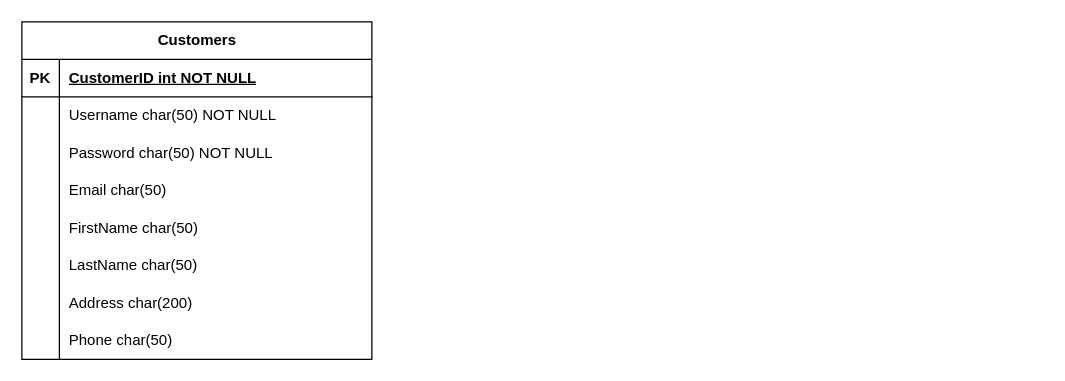
This is OnlineShop.drawio from zeinab-hajhosseini/OnlineShopERD, a draw.io file, before an edit. Source tidied: cells renumbered, new cells numbered last; positions are measured from the earlier drawing's top-left corner, leaving out a move shared by most shapes. Both pictures are drawn from the tidied source at 125%, with x=0, y=0 at pixel (21, 21).
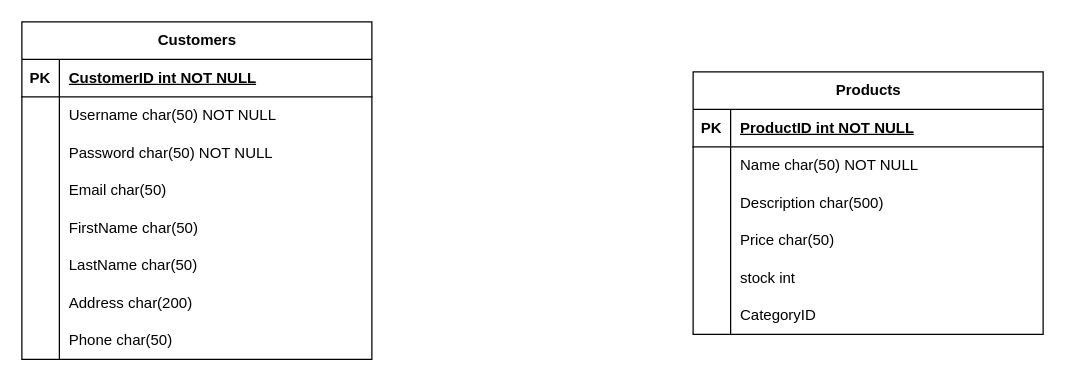
After the change.

Commit message:
Define Product Entity

What changed in the source:
```diff
@@
+    <mxCell id="27" value="Products" style="shape=table;startSize=30;childLayout=tableLayout;rowLines=0;fontStyle=1;align=center;html=1;" parent="1" vertex="1">
+      <mxGeometry x="537" y="40" width="280" height="210" as="geometry" />
+    </mxCell>
+    <mxCell id="28" style="shape=tableRow;horizontal=0;startSize=0;swimlaneHead=0;swimlaneBody=0;fillColor=none;top=0;left=0;right=0;bottom=1;" parent="27" vertex="1">
+      <mxGeometry y="30" width="280" height="30" as="geometry" />
+    </mxCell>
+    <mxCell id="29" value="PK" style="shape=partialRectangle;fillColor=none;top=0;left=0;bottom=0;right=0;fontStyle=1;overflow=hidden;whiteSpace=wrap;html=1;" parent="28" vertex="1">
+      <mxGeometry width="30" height="30" as="geometry" />
+    </mxCell>
+    <mxCell id="30" value="ProductID int NOT NULL" style="shape=partialRectangle;fillColor=none;top=0;left=0;bottom=0;right=0;align=left;spacingLeft=6;fontStyle=5;overflow=hidden;whiteSpace=wrap;html=1;" parent="28" vertex="1">
+      <mxGeometry x="30" width="250" height="30" as="geometry" />
+    </mxCell>
+    <mxCell id="31" style="shape=tableRow;horizontal=0;startSize=0;swimlaneHead=0;swimlaneBody=0;fillColor=none;top=0;left=0;right=0;bottom=0;" parent="27" vertex="1">
+      <mxGeometry y="60" width="280" height="30" as="geometry" />
+    </mxCell>
+    <mxCell id="32" style="shape=partialRectangle;fillColor=none;top=0;left=0;bottom=0;right=0;overflow=hidden;whiteSpace=wrap;html=1;" parent="31" vertex="1">
+      <mxGeometry width="30" height="30" as="geometry" />
+    </mxCell>
+    <mxCell id="33" value="Name char(50) NOT NULL" style="shape=partialRectangle;fillColor=none;top=0;left=0;bottom=0;right=0;align=left;spacingLeft=6;overflow=hidden;whiteSpace=wrap;html=1;" parent="31" vertex="1">
+      <mxGeometry x="30" width="250" height="30" as="geometry" />
+    </mxCell>
+    <mxCell id="34" style="shape=tableRow;horizontal=0;startSize=0;swimlaneHead=0;swimlaneBody=0;fillColor=none;top=0;left=0;right=0;bottom=0;" parent="27" vertex="1">
+      <mxGeometry y="90" width="280" height="30" as="geometry" />
+    </mxCell>
+    <mxCell id="35" style="shape=partialRectangle;fillColor=none;top=0;left=0;bottom=0;right=0;overflow=hidden;whiteSpace=wrap;html=1;" parent="34" vertex="1">
+      <mxGeometry width="30" height="30" as="geometry" />
+    </mxCell>
+    <mxCell id="36" value="Description char(500)" style="shape=partialRectangle;fillColor=none;top=0;left=0;bottom=0;right=0;align=left;spacingLeft=6;overflow=hidden;whiteSpace=wrap;html=1;" parent="34" vertex="1">
+      <mxGeometry x="30" width="250" height="30" as="geometry" />
+    </mxCell>
+    <mxCell id="37" style="shape=tableRow;horizontal=0;startSize=0;swimlaneHead=0;swimlaneBody=0;fillColor=none;top=0;left=0;right=0;bottom=0;" parent="27" vertex="1">
+      <mxGeometry y="120" width="280" height="30" as="geometry" />
+    </mxCell>
+    <mxCell id="38" style="shape=partialRectangle;fillColor=none;top=0;left=0;bottom=0;right=0;overflow=hidden;whiteSpace=wrap;html=1;" parent="37" vertex="1">
+      <mxGeometry width="30" height="30" as="geometry" />
+    </mxCell>
+    <mxCell id="39" value="Price char(50)" style="shape=partialRectangle;fillColor=none;top=0;left=0;bottom=0;right=0;align=left;spacingLeft=6;overflow=hidden;whiteSpace=wrap;html=1;" parent="37" vertex="1">
+      <mxGeometry x="30" width="250" height="30" as="geometry" />
+    </mxCell>
+    <mxCell id="40" style="shape=tableRow;horizontal=0;startSize=0;swimlaneHead=0;swimlaneBody=0;fillColor=none;top=0;left=0;right=0;bottom=0;" parent="27" vertex="1">
+      <mxGeometry y="150" width="280" height="30" as="geometry" />
+    </mxCell>
+    <mxCell id="41" style="shape=partialRectangle;fillColor=none;top=0;left=0;bottom=0;right=0;overflow=hidden;whiteSpace=wrap;html=1;" parent="40" vertex="1">
+      <mxGeometry width="30" height="30" as="geometry" />
+    </mxCell>
+    <mxCell id="42" value="stock int" style="shape=partialRectangle;fillColor=none;top=0;left=0;bottom=0;right=0;align=left;spacingLeft=6;overflow=hidden;whiteSpace=wrap;html=1;" parent="40" vertex="1">
+      <mxGeometry x="30" width="250" height="30" as="geometry" />
+    </mxCell>
+    <mxCell id="43" style="shape=tableRow;horizontal=0;startSize=0;swimlaneHead=0;swimlaneBody=0;fillColor=none;top=0;left=0;right=0;bottom=0;" parent="27" vertex="1">
+      <mxGeometry y="180" width="280" height="30" as="geometry" />
+    </mxCell>
+    <mxCell id="44" style="shape=partialRectangle;fillColor=none;top=0;left=0;bottom=0;right=0;overflow=hidden;whiteSpace=wrap;html=1;" parent="43" vertex="1">
+      <mxGeometry width="30" height="30" as="geometry" />
+    </mxCell>
+    <mxCell id="45" value="CategoryID" style="shape=partialRectangle;fillColor=none;top=0;left=0;bottom=0;right=0;align=left;spacingLeft=6;overflow=hidden;whiteSpace=wrap;html=1;" parent="43" vertex="1">
+      <mxGeometry x="30" width="250" height="30" as="geometry" />
+    </mxCell>
```
